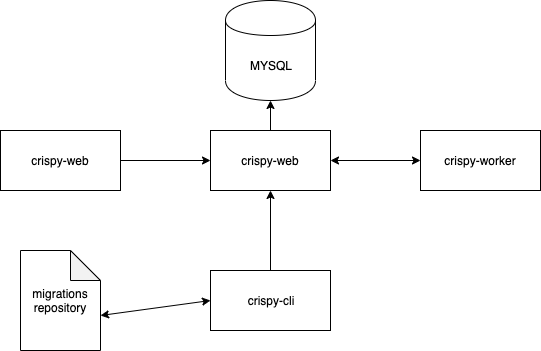
The draw.io diagram docs/crispy-architecture.png in WiseEngineering/crispy, before a commit. Source tidied: cells renumbered, new cells last; positions are measured from the earlier drawing's top-left corner, leaving out a move shared by most shapes. Its diagram source:
```xml
<mxGraphModel>
  <root>
    <mxCell id="0" />
    <mxCell id="1" parent="0" />
    <mxCell id="2" value="MYSQL" style="shape=cylinder;whiteSpace=wrap;html=1;boundedLbl=1;backgroundOutline=1;" parent="1" vertex="1">
      <mxGeometry x="225" width="90" height="100" as="geometry" />
    </mxCell>
    <mxCell id="3" value="crispy-web" style="rounded=0;whiteSpace=wrap;html=1;" parent="1" vertex="1">
      <mxGeometry x="210" y="130" width="120" height="60" as="geometry" />
    </mxCell>
    <mxCell id="4" value="crispy-web" style="rounded=0;whiteSpace=wrap;html=1;" parent="1" vertex="1">
      <mxGeometry y="130" width="120" height="60" as="geometry" />
    </mxCell>
    <mxCell id="5" value="crispy-worker" style="rounded=0;whiteSpace=wrap;html=1;" parent="1" vertex="1">
      <mxGeometry x="420" y="130" width="120" height="60" as="geometry" />
    </mxCell>
    <mxCell id="6" style="edgeStyle=orthogonalEdgeStyle;rounded=0;jettySize=auto;html=1;" parent="1" edge="1" source="7" target="3">
      <mxGeometry relative="1" as="geometry" />
    </mxCell>
    <mxCell id="7" value="crispy-cli" style="rounded=0;whiteSpace=wrap;html=1;" parent="1" vertex="1">
      <mxGeometry x="210" y="270" width="120" height="60" as="geometry" />
    </mxCell>
    <mxCell id="8" value="migrations repository" style="shape=note;whiteSpace=wrap;html=1;backgroundOutline=1;darkOpacity=0.05;" parent="1" vertex="1">
      <mxGeometry x="20" y="250" width="80" height="100" as="geometry" />
    </mxCell>
    <mxCell id="9" style="endArrow=classic;startArrow=classic;html=1;exitX=0;exitY=0;exitDx=80;exitDy=65;exitPerimeter=0;entryX=0;entryY=0.5;entryDx=0;entryDy=0;" parent="1" edge="1" source="8" target="7">
      <mxGeometry relative="1" as="geometry" />
    </mxCell>
    <mxCell id="10" style="endArrow=classic;startArrow=classic;html=1;entryX=0;entryY=0.5;entryDx=0;entryDy=0;exitX=1;exitY=0.5;exitDx=0;exitDy=0;" parent="1" edge="1" source="3" target="5">
      <mxGeometry relative="1" as="geometry" />
    </mxCell>
    <mxCell id="11" style="endArrow=classic;html=1;entryX=0;entryY=0.5;entryDx=0;entryDy=0;exitX=1;exitY=0.5;exitDx=0;exitDy=0;" parent="1" edge="1" source="4" target="3">
      <mxGeometry relative="1" as="geometry" />
    </mxCell>
    <mxCell id="12" style="endArrow=classic;html=1;exitX=0.5;exitY=0;exitDx=0;exitDy=0;" parent="1" edge="1" source="3" target="2">
      <mxGeometry relative="1" as="geometry" />
    </mxCell>
  </root>
</mxGraphModel>
```
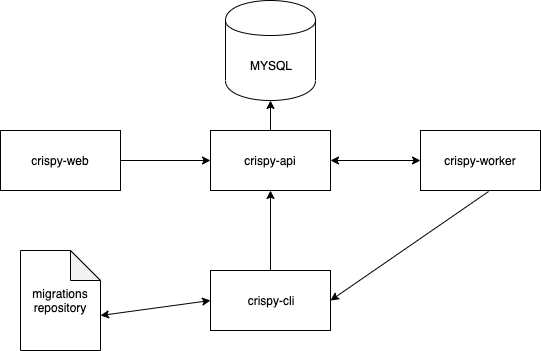
After the commit.

The edit, as a diff of the source:
```diff
@@ -5,7 +5,7 @@
     <mxCell id="2" value="MYSQL" style="shape=cylinder;whiteSpace=wrap;html=1;boundedLbl=1;backgroundOutline=1;" parent="1" vertex="1">
       <mxGeometry x="225" width="90" height="100" as="geometry" />
     </mxCell>
-    <mxCell id="3" value="crispy-web" style="rounded=0;whiteSpace=wrap;html=1;" parent="1" vertex="1">
+    <mxCell id="3" value="crispy-api" style="rounded=0;whiteSpace=wrap;html=1;" parent="1" vertex="1">
       <mxGeometry x="210" y="130" width="120" height="60" as="geometry" />
     </mxCell>
     <mxCell id="4" value="crispy-web" style="rounded=0;whiteSpace=wrap;html=1;" parent="1" vertex="1">
@@ -35,5 +35,8 @@
     <mxCell id="12" style="endArrow=classic;html=1;exitX=0.5;exitY=0;exitDx=0;exitDy=0;" parent="1" edge="1" source="3" target="2">
       <mxGeometry relative="1" as="geometry" />
     </mxCell>
+    <mxCell id="13" style="endArrow=classic;html=1;exitX=0.567;exitY=1.017;exitDx=0;exitDy=0;exitPerimeter=0;entryX=1;entryY=0.5;entryDx=0;entryDy=0;" parent="1" edge="1" source="5" target="7">
+      <mxGeometry relative="1" as="geometry" />
+    </mxCell>
   </root>
 </mxGraphModel>
```
